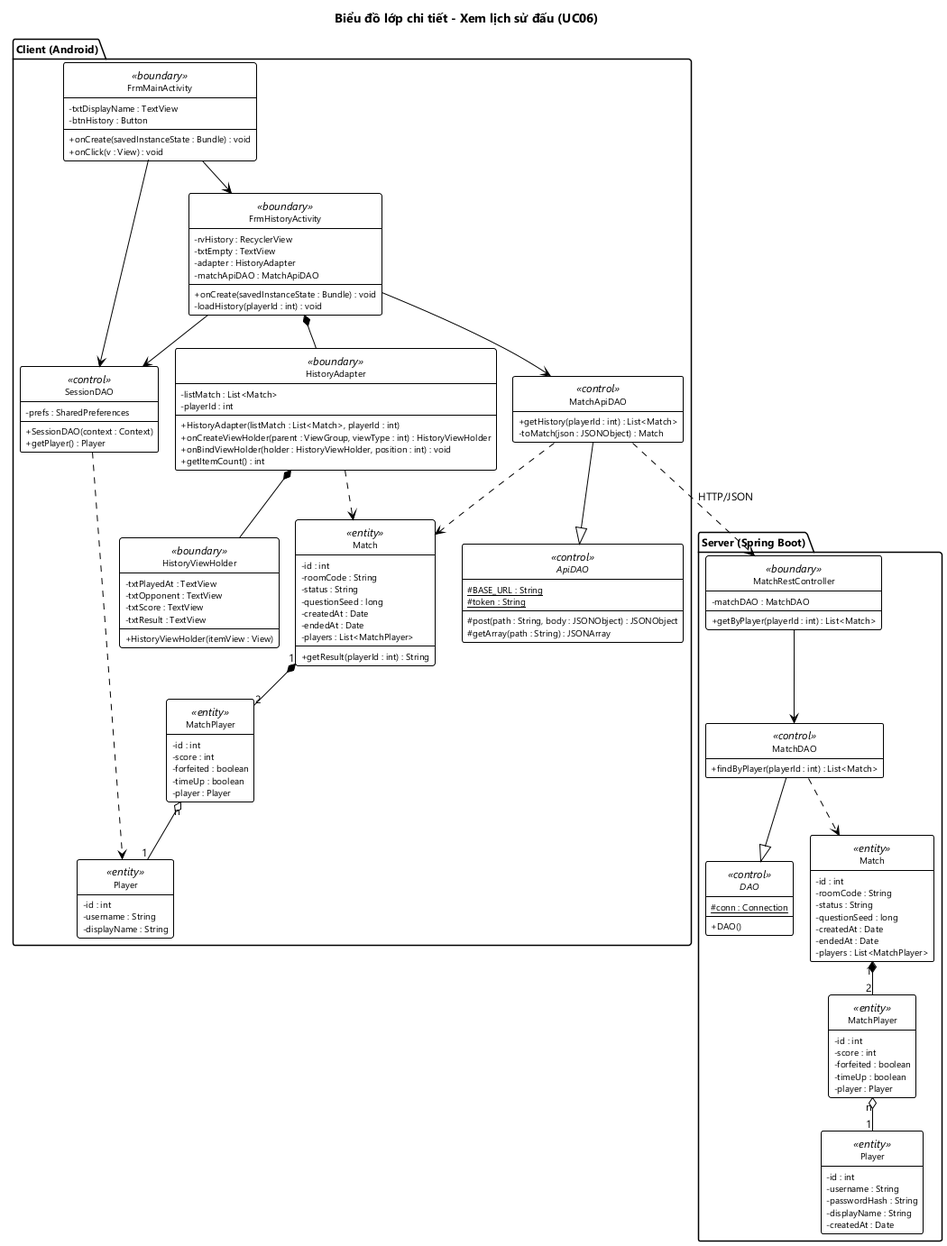
The PlantUML diagram docs/hung/lop-thiet-ke-uc06.png in HungNguyenBa1811/math-dash, before a commit. Source of this version:
```plantuml
@startuml lop-thiet-ke-uc06
!include _theme.iuml
title Biểu đồ lớp chi tiết - Xem lịch sử đấu (UC06)

package "Client (Android)" {
  class FrmMainActivity <<boundary>> {
    - txtDisplayName : TextView
    - btnHistory : Button
    + onCreate(savedInstanceState : Bundle) : void
    + onClick(v : View) : void
  }
  class FrmHistoryActivity <<boundary>> {
    - rvHistory : RecyclerView
    - txtEmpty : TextView
    - adapter : HistoryAdapter
    - matchApiDAO : MatchApiDAO
    + onCreate(savedInstanceState : Bundle) : void
    - loadHistory(playerId : int) : void
  }
  class HistoryAdapter <<boundary>> {
    - listMatch : List<Match>
    - playerId : int
    + HistoryAdapter(listMatch : List<Match>, playerId : int)
    + onCreateViewHolder(parent : ViewGroup, viewType : int) : HistoryViewHolder
    + onBindViewHolder(holder : HistoryViewHolder, position : int) : void
    + getItemCount() : int
  }
  class HistoryViewHolder <<boundary>> {
    - txtPlayedAt : TextView
    - txtOpponent : TextView
    - txtScore : TextView
    - txtResult : TextView
    + HistoryViewHolder(itemView : View)
  }
  class SessionDAO <<control>> {
    - prefs : SharedPreferences
    + SessionDAO(context : Context)
    + getPlayer() : Player
  }
  abstract class ApiDAO <<control>> {
    # {static} BASE_URL : String
    # {static} token : String
    # post(path : String, body : JSONObject) : JSONObject
    # getArray(path : String) : JSONArray
  }
  class MatchApiDAO <<control>> {
    + getHistory(playerId : int) : List<Match>
    - toMatch(json : JSONObject) : Match
  }
  class Player <<entity>> {
    - id : int
    - username : String
    - displayName : String
  }
  class Match <<entity>> {
    - id : int
    - roomCode : String
    - status : String
    - questionSeed : long
    - createdAt : Date
    - endedAt : Date
    - players : List<MatchPlayer>
    + getResult(playerId : int) : String
  }
  class MatchPlayer <<entity>> {
    - id : int
    - score : int
    - forfeited : boolean
    - timeUp : boolean
    - player : Player
  }
}

package "Server (Spring Boot)" {
  class MatchRestController <<boundary>> {
    - matchDAO : MatchDAO
    + getByPlayer(playerId : int) : List<Match>
  }
  abstract class "DAO" as SDAO <<control>> {
    # {static} conn : Connection
    + DAO()
  }
  class MatchDAO <<control>> {
    + findByPlayer(playerId : int) : List<Match>
  }
  class "Match" as SMatch <<entity>> {
    - id : int
    - roomCode : String
    - status : String
    - questionSeed : long
    - createdAt : Date
    - endedAt : Date
    - players : List<MatchPlayer>
  }
  class "MatchPlayer" as SMatchPlayer <<entity>> {
    - id : int
    - score : int
    - forfeited : boolean
    - timeUp : boolean
    - player : Player
  }
  class "Player" as SPlayer <<entity>> {
    - id : int
    - username : String
    - passwordHash : String
    - displayName : String
    - createdAt : Date
  }
}

FrmMainActivity --> FrmHistoryActivity
FrmMainActivity --> SessionDAO
FrmHistoryActivity --> SessionDAO
FrmHistoryActivity --> MatchApiDAO
FrmHistoryActivity *-- HistoryAdapter
HistoryAdapter *-- HistoryViewHolder
HistoryAdapter ..> Match
MatchApiDAO --|> ApiDAO
MatchApiDAO ..> Match
SessionDAO ..> Player
Match "1" *-- "2" MatchPlayer
MatchPlayer "n" o-- "1" Player

MatchRestController --> MatchDAO
MatchDAO --|> SDAO
MatchDAO ..> SMatch
SMatch "1" *-- "2" SMatchPlayer
SMatchPlayer "n" o-- "1" SPlayer

MatchApiDAO ..> MatchRestController : HTTP/JSON
@enduml
```
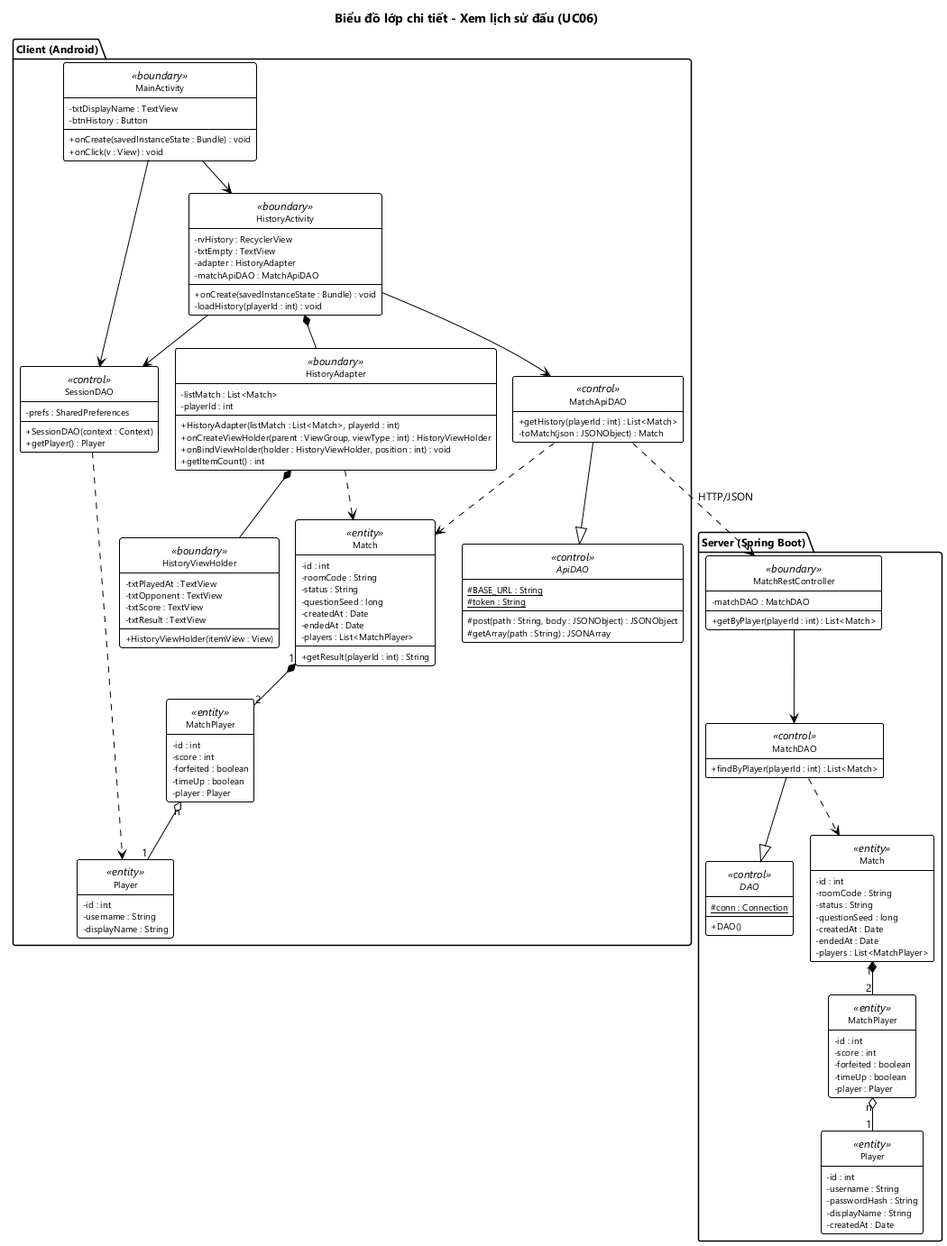
Later version of the same file.

The edit, as a diff of the source:
```diff
@@ -3,13 +3,13 @@
 title Biểu đồ lớp chi tiết - Xem lịch sử đấu (UC06)
 
 package "Client (Android)" {
-  class FrmMainActivity <<boundary>> {
+  class MainActivity <<boundary>> {
     - txtDisplayName : TextView
     - btnHistory : Button
     + onCreate(savedInstanceState : Bundle) : void
     + onClick(v : View) : void
   }
-  class FrmHistoryActivity <<boundary>> {
+  class HistoryActivity <<boundary>> {
     - rvHistory : RecyclerView
     - txtEmpty : TextView
     - adapter : HistoryAdapter
@@ -108,11 +108,11 @@
   }
 }
 
-FrmMainActivity --> FrmHistoryActivity
-FrmMainActivity --> SessionDAO
-FrmHistoryActivity --> SessionDAO
-FrmHistoryActivity --> MatchApiDAO
-FrmHistoryActivity *-- HistoryAdapter
+MainActivity --> HistoryActivity
+MainActivity --> SessionDAO
+HistoryActivity --> SessionDAO
+HistoryActivity --> MatchApiDAO
+HistoryActivity *-- HistoryAdapter
 HistoryAdapter *-- HistoryViewHolder
 HistoryAdapter ..> Match
 MatchApiDAO --|> ApiDAO
```
